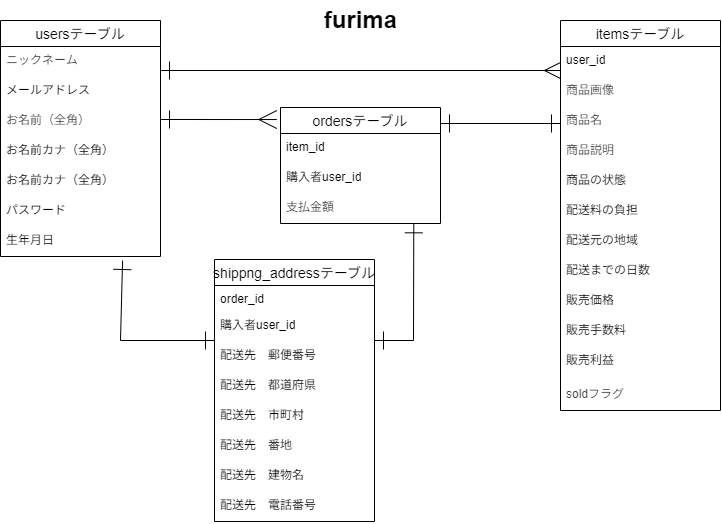
The draw.io diagram furima-41862-ER図.png in nn88hcs99/furima-41862, before a commit. Source tidied: cells renumbered, new cells last; positions are measured from the earlier drawing's top-left corner, leaving out a move shared by most shapes.
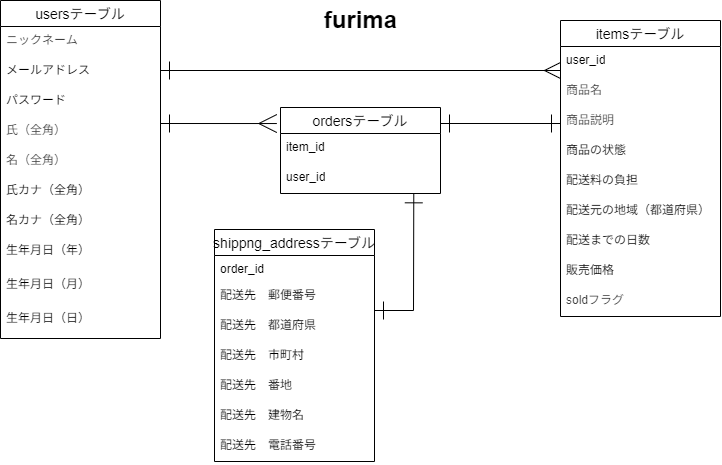
Later version of the same file.

What changed in the source:
```diff
@@ -6,7 +6,7 @@
       <mxGeometry x="310" width="100" height="40" as="geometry" />
     </mxCell>
     <mxCell id="3" value="usersテーブル" style="swimlane;fontStyle=0;horizontal=1;startSize=26;align=center;fontSize=14;" parent="1" vertex="1">
-      <mxGeometry y="20" width="160" height="236" as="geometry" />
+      <mxGeometry width="160" height="338" as="geometry" />
     </mxCell>
     <mxCell id="4" value="&lt;span style=&quot;color: rgb(63, 63, 63); text-align: center;&quot;&gt;ニックネーム&lt;/span&gt;" style="text;strokeColor=none;fillColor=none;spacingLeft=4;spacingRight=4;overflow=hidden;fontSize=12;whiteSpace=wrap;html=1;" parent="3" vertex="1">
       <mxGeometry y="26" width="160" height="30" as="geometry" />
@@ -14,72 +14,69 @@
     <mxCell id="5" value="&lt;span style=&quot;color: rgb(0, 0, 0);&quot;&gt;メールアドレス&lt;/span&gt;" style="text;strokeColor=none;fillColor=none;spacingLeft=4;spacingRight=4;overflow=hidden;fontSize=12;whiteSpace=wrap;html=1;" parent="3" vertex="1">
       <mxGeometry y="56" width="160" height="30" as="geometry" />
     </mxCell>
+    <mxCell id="9" value="パスワード" style="text;strokeColor=none;fillColor=none;spacingLeft=4;spacingRight=4;overflow=hidden;fontSize=12;whiteSpace=wrap;html=1;" parent="3" vertex="1">
+      <mxGeometry y="86" width="160" height="30" as="geometry" />
+    </mxCell>
-    <mxCell id="6" value="&lt;span style=&quot;color: rgb(63, 63, 63);&quot;&gt;お名前（全角）&lt;/span&gt;" style="text;strokeColor=none;fillColor=none;spacingLeft=4;spacingRight=4;overflow=hidden;fontSize=12;whiteSpace=wrap;html=1;" parent="3" vertex="1">
-      <mxGeometry y="86" width="160" height="30" as="geometry" />
+    <mxCell id="6" value="&lt;span style=&quot;color: rgb(63, 63, 63);&quot;&gt;氏（全角）&lt;/span&gt;" style="text;strokeColor=none;fillColor=none;spacingLeft=4;spacingRight=4;overflow=hidden;fontSize=12;whiteSpace=wrap;html=1;" parent="3" vertex="1">
+      <mxGeometry y="116" width="160" height="30" as="geometry" />
     </mxCell>
+    <mxCell id="42" value="&lt;span style=&quot;color: rgb(63, 63, 63);&quot;&gt;名（全角）&lt;/span&gt;" style="text;strokeColor=none;fillColor=none;spacingLeft=4;spacingRight=4;overflow=hidden;fontSize=12;whiteSpace=wrap;html=1;" parent="3" vertex="1">
+      <mxGeometry y="146" width="160" height="30" as="geometry" />
+    </mxCell>
-    <mxCell id="7" value="お名前カナ（全角）" style="text;strokeColor=none;fillColor=none;spacingLeft=4;spacingRight=4;overflow=hidden;fontSize=12;whiteSpace=wrap;html=1;" parent="3" vertex="1">
-      <mxGeometry y="116" width="160" height="30" as="geometry" />
+    <mxCell id="7" value="氏カナ（全角）" style="text;strokeColor=none;fillColor=none;spacingLeft=4;spacingRight=4;overflow=hidden;fontSize=12;whiteSpace=wrap;html=1;" parent="3" vertex="1">
+      <mxGeometry y="176" width="160" height="30" as="geometry" />
     </mxCell>
-    <mxCell id="8" value="お名前カナ（全角）" style="text;strokeColor=none;fillColor=none;spacingLeft=4;spacingRight=4;overflow=hidden;fontSize=12;whiteSpace=wrap;html=1;" parent="3" vertex="1">
-      <mxGeometry y="146" width="160" height="30" as="geometry" />
+    <mxCell id="8" value="名カナ（全角）" style="text;strokeColor=none;fillColor=none;spacingLeft=4;spacingRight=4;overflow=hidden;fontSize=12;whiteSpace=wrap;html=1;" parent="3" vertex="1">
+      <mxGeometry y="206" width="160" height="30" as="geometry" />
     </mxCell>
-    <mxCell id="9" value="パスワード" style="text;strokeColor=none;fillColor=none;spacingLeft=4;spacingRight=4;overflow=hidden;fontSize=12;whiteSpace=wrap;html=1;" parent="3" vertex="1">
-      <mxGeometry y="176" width="160" height="30" as="geometry" />
-    </mxCell>
+    <mxCell id="43" value="生年月日（年）" style="text;strokeColor=none;fillColor=none;spacingLeft=4;spacingRight=4;overflow=hidden;fontSize=12;whiteSpace=wrap;html=1;" parent="3" vertex="1">
+      <mxGeometry y="236" width="160" height="34" as="geometry" />
+    </mxCell>
+    <mxCell id="44" value="生年月日（月）" style="text;strokeColor=none;fillColor=none;spacingLeft=4;spacingRight=4;overflow=hidden;fontSize=12;whiteSpace=wrap;html=1;" parent="3" vertex="1">
+      <mxGeometry y="270" width="160" height="34" as="geometry" />
+    </mxCell>
-    <mxCell id="10" value="生年月日" style="text;strokeColor=none;fillColor=none;spacingLeft=4;spacingRight=4;overflow=hidden;points=[[0,0.5],[1,0.5]];portConstraint=eastwest;fontSize=12;whiteSpace=wrap;html=1;" parent="3" vertex="1">
-      <mxGeometry y="206" width="160" height="30" as="geometry" />
+    <mxCell id="10" value="生年月日（日）" style="text;strokeColor=none;fillColor=none;spacingLeft=4;spacingRight=4;overflow=hidden;points=[[0,0.5],[1,0.5]];portConstraint=eastwest;fontSize=12;whiteSpace=wrap;html=1;" parent="3" vertex="1">
+      <mxGeometry y="304" width="160" height="34" as="geometry" />
     </mxCell>
     <mxCell id="11" value="itemsテーブル" style="swimlane;fontStyle=0;horizontal=1;startSize=26;align=center;fontSize=14;" parent="1" vertex="1">
-      <mxGeometry x="560" y="20" width="160" height="390" as="geometry" />
+      <mxGeometry x="560" y="20" width="160" height="296" as="geometry" />
     </mxCell>
     <mxCell id="12" value="user_id" style="text;strokeColor=none;fillColor=none;spacingLeft=4;spacingRight=4;overflow=hidden;fontSize=12;whiteSpace=wrap;html=1;" parent="11" vertex="1">
       <mxGeometry y="26" width="160" height="30" as="geometry" />
     </mxCell>
-    <mxCell id="13" value="&lt;span style=&quot;color: rgb(63, 63, 63); text-align: center;&quot;&gt;商品画像&lt;/span&gt;" style="text;strokeColor=none;fillColor=none;spacingLeft=4;spacingRight=4;overflow=hidden;fontSize=12;whiteSpace=wrap;html=1;" parent="11" vertex="1">
-      <mxGeometry y="56" width="160" height="30" as="geometry" />
-    </mxCell>
     <mxCell id="14" value="&lt;span style=&quot;color: rgb(63, 63, 63); text-align: center;&quot;&gt;商品名&lt;/span&gt;" style="text;strokeColor=none;fillColor=none;spacingLeft=4;spacingRight=4;overflow=hidden;fontSize=12;whiteSpace=wrap;html=1;" parent="11" vertex="1">
-      <mxGeometry y="86" width="160" height="30" as="geometry" />
+      <mxGeometry y="56" width="160" height="30" as="geometry" />
     </mxCell>
     <mxCell id="15" value="&lt;span style=&quot;color: rgb(63, 63, 63); text-align: center;&quot;&gt;商品説明&lt;/span&gt;" style="text;strokeColor=none;fillColor=none;spacingLeft=4;spacingRight=4;overflow=hidden;fontSize=12;whiteSpace=wrap;html=1;" parent="11" vertex="1">
-      <mxGeometry y="116" width="160" height="30" as="geometry" />
+      <mxGeometry y="86" width="160" height="30" as="geometry" />
     </mxCell>
     <mxCell id="16" value="商品の状態" style="text;strokeColor=none;fillColor=none;spacingLeft=4;spacingRight=4;overflow=hidden;fontSize=12;whiteSpace=wrap;html=1;" parent="11" vertex="1">
-      <mxGeometry y="146" width="160" height="30" as="geometry" />
+      <mxGeometry y="116" width="160" height="30" as="geometry" />
     </mxCell>
     <mxCell id="17" value="配送料の負担" style="text;strokeColor=none;fillColor=none;spacingLeft=4;spacingRight=4;overflow=hidden;fontSize=12;whiteSpace=wrap;html=1;" parent="11" vertex="1">
-      <mxGeometry y="176" width="160" height="30" as="geometry" />
+      <mxGeometry y="146" width="160" height="30" as="geometry" />
     </mxCell>
-    <mxCell id="18" value="配送元の地域" style="text;strokeColor=none;fillColor=none;spacingLeft=4;spacingRight=4;overflow=hidden;fontSize=12;whiteSpace=wrap;html=1;" parent="11" vertex="1">
-      <mxGeometry y="206" width="160" height="30" as="geometry" />
+    <mxCell id="18" value="配送元の地域（都道府県）" style="text;strokeColor=none;fillColor=none;spacingLeft=4;spacingRight=4;overflow=hidden;fontSize=12;whiteSpace=wrap;html=1;" parent="11" vertex="1">
+      <mxGeometry y="176" width="160" height="30" as="geometry" />
     </mxCell>
     <mxCell id="19" value="配送までの日数" style="text;strokeColor=none;fillColor=none;spacingLeft=4;spacingRight=4;overflow=hidden;fontSize=12;whiteSpace=wrap;html=1;" parent="11" vertex="1">
-      <mxGeometry y="236" width="160" height="30" as="geometry" />
+      <mxGeometry y="206" width="160" height="30" as="geometry" />
     </mxCell>
     <mxCell id="20" value="販売価格" style="text;strokeColor=none;fillColor=none;spacingLeft=4;spacingRight=4;overflow=hidden;fontSize=12;whiteSpace=wrap;html=1;" parent="11" vertex="1">
-      <mxGeometry y="266" width="160" height="30" as="geometry" />
+      <mxGeometry y="236" width="160" height="30" as="geometry" />
     </mxCell>
-    <mxCell id="21" value="販売手数料" style="text;strokeColor=none;fillColor=none;spacingLeft=4;spacingRight=4;overflow=hidden;fontSize=12;whiteSpace=wrap;html=1;" parent="11" vertex="1">
-      <mxGeometry y="296" width="160" height="30" as="geometry" />
-    </mxCell>
-    <mxCell id="22" value="販売利益" style="text;strokeColor=none;fillColor=none;spacingLeft=4;spacingRight=4;overflow=hidden;fontSize=12;whiteSpace=wrap;html=1;" parent="11" vertex="1">
-      <mxGeometry y="326" width="160" height="34" as="geometry" />
-    </mxCell>
     <mxCell id="23" value="&lt;span style=&quot;color: rgb(63, 63, 63); text-align: center;&quot;&gt;soldフラグ&lt;/span&gt;" style="text;strokeColor=none;fillColor=none;spacingLeft=4;spacingRight=4;overflow=hidden;fontSize=12;whiteSpace=wrap;html=1;" parent="11" vertex="1">
-      <mxGeometry y="360" width="160" height="30" as="geometry" />
+      <mxGeometry y="266" width="160" height="30" as="geometry" />
     </mxCell>
     <mxCell id="24" value="ordersテーブル" style="swimlane;fontStyle=0;horizontal=1;startSize=26;align=center;fontSize=14;" parent="1" vertex="1">
-      <mxGeometry x="280" y="107" width="160" height="116" as="geometry" />
+      <mxGeometry x="280" y="107" width="160" height="86" as="geometry" />
     </mxCell>
     <mxCell id="25" value="item_id" style="text;strokeColor=none;fillColor=none;spacingLeft=4;spacingRight=4;overflow=hidden;fontSize=12;whiteSpace=wrap;html=1;" parent="24" vertex="1">
       <mxGeometry y="26" width="160" height="30" as="geometry" />
     </mxCell>
-    <mxCell id="26" value="購入者user_id" style="text;strokeColor=none;fillColor=none;spacingLeft=4;spacingRight=4;overflow=hidden;fontSize=12;whiteSpace=wrap;html=1;" parent="24" vertex="1">
-      <mxGeometry y="56" width="160" height="30" as="geometry" />
-    </mxCell>
-    <mxCell id="27" value="&lt;span style=&quot;color: rgb(63, 63, 63); text-align: center;&quot;&gt;支払金額&lt;/span&gt;" style="text;strokeColor=none;fillColor=none;spacingLeft=4;spacingRight=4;overflow=hidden;points=[[0,0.5],[1,0.5]];portConstraint=eastwest;fontSize=12;whiteSpace=wrap;html=1;" parent="24" vertex="1">
-      <mxGeometry y="86" width="160" height="30" as="geometry" />
-    </mxCell>
+    <mxCell id="45" value="user_id" style="text;strokeColor=none;fillColor=none;spacingLeft=4;spacingRight=4;overflow=hidden;fontSize=12;whiteSpace=wrap;html=1;" parent="24" vertex="1">
+      <mxGeometry y="56" width="160" height="30" as="geometry" />
+    </mxCell>
     <mxCell id="28" style="edgeStyle=none;html=1;entryX=0.004;entryY=0.267;entryDx=0;entryDy=0;entryPerimeter=0;startArrow=ERone;startFill=0;endArrow=ERmany;endFill=0;jumpSize=12;strokeWidth=1;targetPerimeterSpacing=4;sourcePerimeterSpacing=4;endSize=14;startSize=16;flowAnimation=0;" parent="1" edge="1">
       <mxGeometry relative="1" as="geometry">
         <mxPoint x="160" y="70" as="sourcePoint" />
@@ -94,52 +91,42 @@
     </mxCell>
     <mxCell id="30" style="endArrow=ERone;html=1;rounded=0;strokeColor=default;strokeWidth=1;align=center;verticalAlign=middle;fontFamily=Helvetica;fontSize=11;fontColor=default;labelBackgroundColor=default;edgeStyle=none;jumpSize=12;startSize=16;endSize=16;flowAnimation=0;sourcePerimeterSpacing=4;targetPerimeterSpacing=4;exitX=-0.023;exitY=0.121;exitDx=0;exitDy=0;endFill=0;startArrow=ERmany;startFill=0;curved=0;exitPerimeter=0;" parent="1" edge="1">
       <mxGeometry relative="1" as="geometry">
-        <mxPoint x="276.3" y="119" as="sourcePoint" />
-        <mxPoint x="160" y="119" as="targetPoint" />
+        <mxPoint x="276.3" y="123" as="sourcePoint" />
+        <mxPoint x="160" y="123" as="targetPoint" />
       </mxGeometry>
     </mxCell>
     <mxCell id="31" value="shippng_addressテーブル" style="swimlane;fontStyle=0;horizontal=1;startSize=26;align=center;fontSize=14;" parent="1" vertex="1">
-      <mxGeometry x="214" y="259" width="160" height="262" as="geometry" />
+      <mxGeometry x="214" y="229" width="160" height="232" as="geometry" />
     </mxCell>
     <mxCell id="32" value="order_id" style="text;strokeColor=none;fillColor=none;spacingLeft=4;spacingRight=4;overflow=hidden;fontSize=12;whiteSpace=wrap;html=1;" parent="31" vertex="1">
       <mxGeometry y="26" width="160" height="26" as="geometry" />
     </mxCell>
-    <mxCell id="33" value="購入者user_id" style="text;strokeColor=none;fillColor=none;spacingLeft=4;spacingRight=4;overflow=hidden;fontSize=12;whiteSpace=wrap;html=1;" parent="31" vertex="1">
-      <mxGeometry y="52" width="160" height="30" as="geometry" />
-    </mxCell>
     <mxCell id="34" value="配送先　郵便番号&lt;div&gt;&lt;br&gt;&lt;/div&gt;" style="text;strokeColor=none;fillColor=none;spacingLeft=4;spacingRight=4;overflow=hidden;fontSize=12;whiteSpace=wrap;html=1;" parent="31" vertex="1">
-      <mxGeometry y="82" width="160" height="30" as="geometry" />
+      <mxGeometry y="52" width="160" height="30" as="geometry" />
     </mxCell>
     <mxCell id="35" value="配送先　都道府県" style="text;strokeColor=none;fillColor=none;spacingLeft=4;spacingRight=4;overflow=hidden;fontSize=12;whiteSpace=wrap;html=1;" parent="31" vertex="1">
-      <mxGeometry y="112" width="160" height="30" as="geometry" />
+      <mxGeometry y="82" width="160" height="30" as="geometry" />
     </mxCell>
     <mxCell id="36" value="配送先　市町村" style="text;strokeColor=none;fillColor=none;spacingLeft=4;spacingRight=4;overflow=hidden;fontSize=12;whiteSpace=wrap;html=1;" parent="31" vertex="1">
-      <mxGeometry y="142" width="160" height="30" as="geometry" />
+      <mxGeometry y="112" width="160" height="30" as="geometry" />
     </mxCell>
     <mxCell id="37" value="配送先　番地" style="text;strokeColor=none;fillColor=none;spacingLeft=4;spacingRight=4;overflow=hidden;fontSize=12;whiteSpace=wrap;html=1;" parent="31" vertex="1">
-      <mxGeometry y="172" width="160" height="30" as="geometry" />
+      <mxGeometry y="142" width="160" height="30" as="geometry" />
     </mxCell>
     <mxCell id="38" value="配送先　建物名" style="text;strokeColor=none;fillColor=none;spacingLeft=4;spacingRight=4;overflow=hidden;fontSize=12;whiteSpace=wrap;html=1;" parent="31" vertex="1">
-      <mxGeometry y="202" width="160" height="30" as="geometry" />
+      <mxGeometry y="172" width="160" height="30" as="geometry" />
     </mxCell>
     <mxCell id="39" value="配送先　電話番号" style="text;strokeColor=none;fillColor=none;spacingLeft=4;spacingRight=4;overflow=hidden;fontSize=12;whiteSpace=wrap;html=1;" parent="31" vertex="1">
-      <mxGeometry y="232" width="160" height="30" as="geometry" />
+      <mxGeometry y="202" width="160" height="30" as="geometry" />
     </mxCell>
-    <mxCell id="40" style="endArrow=ERone;html=1;rounded=0;strokeColor=default;strokeWidth=1;align=center;verticalAlign=middle;fontFamily=Helvetica;fontSize=11;fontColor=default;labelBackgroundColor=default;edgeStyle=none;jumpSize=12;startSize=16;endSize=16;flowAnimation=0;sourcePerimeterSpacing=4;targetPerimeterSpacing=4;endFill=0;startArrow=ERone;startFill=0;entryX=0.833;entryY=1.011;entryDx=0;entryDy=0;entryPerimeter=0;curved=0;" parent="1" edge="1" target="27">
+    <mxCell id="40" style="endArrow=ERone;html=1;rounded=0;strokeColor=default;strokeWidth=1;align=center;verticalAlign=middle;fontFamily=Helvetica;fontSize=11;fontColor=default;labelBackgroundColor=default;edgeStyle=none;jumpSize=12;startSize=16;endSize=16;flowAnimation=0;sourcePerimeterSpacing=4;targetPerimeterSpacing=4;endFill=0;startArrow=ERone;startFill=0;entryX=0.833;entryY=1.011;entryDx=0;entryDy=0;entryPerimeter=0;curved=0;" parent="1" edge="1">
       <mxGeometry relative="1" as="geometry">
-        <mxPoint x="374" y="340" as="sourcePoint" />
+        <mxPoint x="374" y="310" as="sourcePoint" />
+        <mxPoint x="413.3" y="193.3" as="targetPoint" />
         <Array as="points">
-          <mxPoint x="413" y="340" />
+          <mxPoint x="413" y="310" />
         </Array>
       </mxGeometry>
     </mxCell>
-    <mxCell id="41" style="endArrow=ERone;html=1;rounded=0;strokeColor=default;strokeWidth=1;align=center;verticalAlign=middle;fontFamily=Helvetica;fontSize=11;fontColor=default;labelBackgroundColor=default;edgeStyle=none;jumpSize=12;startSize=16;endSize=16;flowAnimation=0;sourcePerimeterSpacing=4;targetPerimeterSpacing=4;endFill=0;startArrow=ERone;startFill=0;curved=0;exitX=0.763;exitY=1.133;exitDx=0;exitDy=0;exitPerimeter=0;" parent="1" edge="1" source="10">
-      <mxGeometry relative="1" as="geometry">
-        <mxPoint x="214" y="340" as="targetPoint" />
-        <Array as="points">
-          <mxPoint x="120" y="340" />
-        </Array>
-      </mxGeometry>
-    </mxCell>
   </root>
 </mxGraphModel>
```
